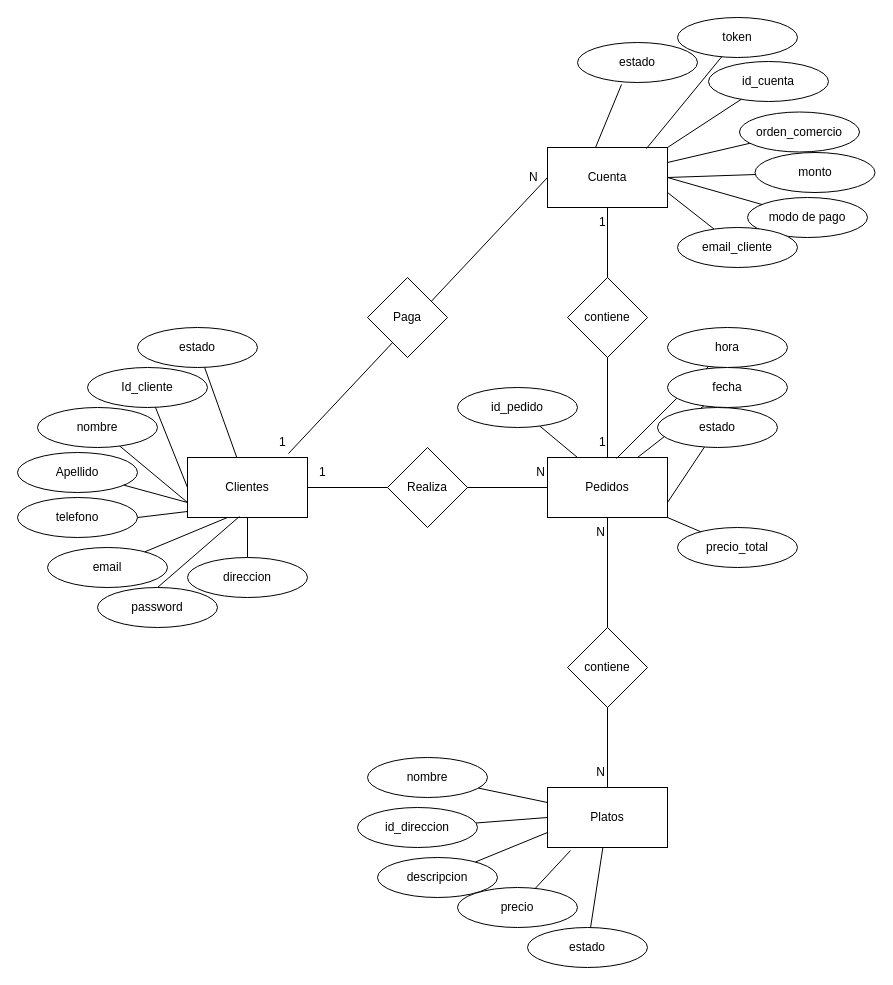
Above: MER-restaurante.drawio in nina011/bpmn_vi_semestre (draw.io), before the change. Source tidied: cells renumbered, new cells numbered last; positions are measured from the earlier drawing's top-left corner, leaving out a move shared by most shapes. Both pictures are drawn from the tidied source at 100%, with x=0, y=0 at pixel (17, 17).
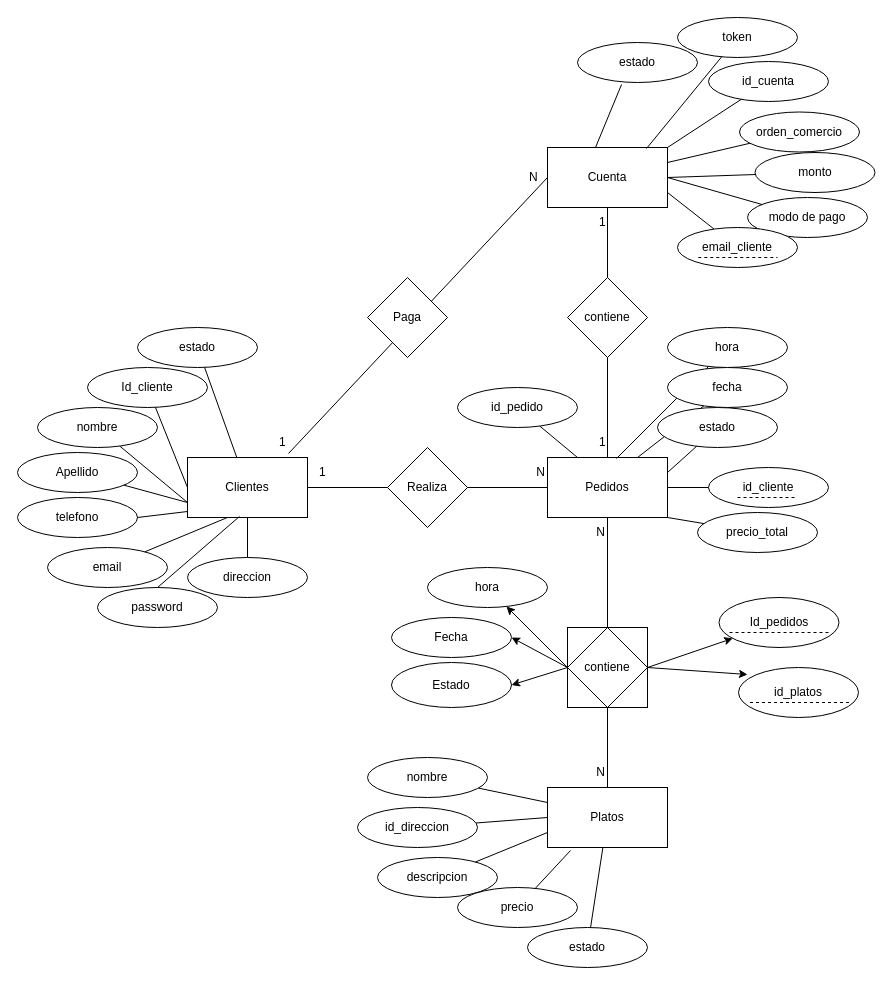
Above is the later version.

The change refers to these unchanged cells:
```xml
<mxCell id="5" value="Pedidos" style="rounded=0;whiteSpace=wrap;html=1;" parent="1" vertex="1">
  <mxGeometry x="530" y="440" width="120" height="60" as="geometry" />
</mxCell>
<mxCell id="31" value="&lt;div align=&quot;center&quot;&gt;estado&lt;/div&gt;" style="ellipse;whiteSpace=wrap;html=1;strokeWidth=1;align=center;" parent="1" vertex="1">
  <mxGeometry x="640" y="390" width="120" height="40" as="geometry" />
</mxCell>
<mxCell id="37" value="contiene" style="rhombus;whiteSpace=wrap;html=1;strokeWidth=1;align=center;" parent="1" vertex="1">
  <mxGeometry x="550" y="610" width="80" height="80" as="geometry" />
</mxCell>
```

Diff of the diagram source:
```diff
@@
+    <mxCell id="75" style="whiteSpace=wrap;html=1;" parent="1" vertex="1">
+      <mxGeometry x="550" y="610" width="80" height="80" as="geometry" />
+    </mxCell>
@@
-    <mxCell id="32" style="endArrow=none;html=1;rounded=0;strokeColor=default;exitX=1;exitY=0.75;exitDx=0;exitDy=0;" parent="1" edge="1" source="5" target="31">
+    <mxCell id="32" style="endArrow=none;html=1;rounded=0;strokeColor=default;exitX=1;exitY=0.25;exitDx=0;exitDy=0;" parent="1" edge="1" source="5" target="31">
       <mxGeometry relative="1" as="geometry" />
     </mxCell>
@@
     <mxCell id="35" value="&lt;div align=&quot;center&quot;&gt;precio_total&lt;br&gt;&lt;/div&gt;" style="ellipse;whiteSpace=wrap;html=1;strokeWidth=1;align=center;" parent="1" vertex="1">
-      <mxGeometry x="660" y="510" width="120" height="40" as="geometry" />
+      <mxGeometry x="680" y="495" width="120" height="40" as="geometry" />
     </mxCell>
@@
+    <mxCell id="76" value="Id_pedidos" style="ellipse;whiteSpace=wrap;html=1;" parent="1" vertex="1">
+      <mxGeometry x="701.5" y="580" width="120" height="50" as="geometry" />
+    </mxCell>
+    <mxCell id="77" value="id_platos" style="ellipse;whiteSpace=wrap;html=1;" parent="1" vertex="1">
+      <mxGeometry x="721" y="650" width="120" height="50" as="geometry" />
+    </mxCell>
+    <mxCell id="78" style="endArrow=classic;html=1;rounded=0;exitX=1;exitY=0.5;exitDx=0;exitDy=0;" parent="1" edge="1" source="37" target="76">
+      <mxGeometry relative="1" as="geometry" />
+    </mxCell>
+    <mxCell id="79" style="endArrow=classic;html=1;rounded=0;exitX=1;exitY=0.5;exitDx=0;exitDy=0;entryX=0.075;entryY=0.14;entryDx=0;entryDy=0;entryPerimeter=0;" parent="1" edge="1" source="37" target="77">
+      <mxGeometry relative="1" as="geometry" />
+    </mxCell>
+    <mxCell id="80" style="line;strokeWidth=1;html=1;dashed=1;" parent="1" vertex="1">
+      <mxGeometry x="732.5" y="680" width="99" height="10" as="geometry" />
+    </mxCell>
+    <mxCell id="81" style="line;strokeWidth=1;html=1;dashed=1;" parent="1" vertex="1">
+      <mxGeometry x="712" y="610" width="99" height="10" as="geometry" />
+    </mxCell>
+    <mxCell id="82" value="hora" style="ellipse;whiteSpace=wrap;html=1;strokeWidth=1;" parent="1" vertex="1">
+      <mxGeometry x="410" y="550" width="120" height="40" as="geometry" />
+    </mxCell>
+    <mxCell id="83" value="Fecha" style="ellipse;whiteSpace=wrap;html=1;strokeWidth=1;" parent="1" vertex="1">
+      <mxGeometry x="374" y="600" width="120" height="40" as="geometry" />
+    </mxCell>
+    <mxCell id="84" value="Estado" style="ellipse;whiteSpace=wrap;html=1;strokeWidth=1;" parent="1" vertex="1">
+      <mxGeometry x="374" y="645" width="120" height="45" as="geometry" />
+    </mxCell>
+    <mxCell id="85" style="endArrow=classic;html=1;rounded=0;" parent="1" edge="1" target="82">
+      <mxGeometry relative="1" as="geometry">
+        <mxPoint x="550" y="650" as="sourcePoint" />
+      </mxGeometry>
+    </mxCell>
+    <mxCell id="86" style="endArrow=classic;html=1;rounded=0;exitX=0;exitY=0.5;exitDx=0;exitDy=0;entryX=1;entryY=0.5;entryDx=0;entryDy=0;" parent="1" edge="1" source="37" target="83">
+      <mxGeometry relative="1" as="geometry" />
+    </mxCell>
+    <mxCell id="87" style="endArrow=classic;html=1;rounded=0;exitX=0;exitY=0.5;exitDx=0;exitDy=0;entryX=1;entryY=0.5;entryDx=0;entryDy=0;" parent="1" edge="1" source="37" target="84">
+      <mxGeometry relative="1" as="geometry" />
+    </mxCell>
+    <mxCell id="88" value="id_cliente" style="ellipse;whiteSpace=wrap;html=1;strokeWidth=1;align=center;" parent="1" vertex="1">
+      <mxGeometry x="691" y="450" width="120" height="40" as="geometry" />
+    </mxCell>
+    <mxCell id="89" style="endArrow=none;html=1;rounded=0;exitX=1;exitY=0.5;exitDx=0;exitDy=0;" parent="1" edge="1" source="5" target="88">
+      <mxGeometry relative="1" as="geometry" />
+    </mxCell>
+    <mxCell id="90" style="endArrow=none;html=1;rounded=0;dashed=1;" parent="1" edge="1">
+      <mxGeometry relative="1" as="geometry">
+        <mxPoint x="720" y="480" as="sourcePoint" />
+        <mxPoint x="778.5" y="480" as="targetPoint" />
+      </mxGeometry>
+    </mxCell>
+    <mxCell id="91" style="endArrow=none;html=1;rounded=0;dashed=1;" parent="1" edge="1">
+      <mxGeometry relative="1" as="geometry">
+        <mxPoint x="680.8" y="240" as="sourcePoint" />
+        <mxPoint x="760" y="240" as="targetPoint" />
+      </mxGeometry>
+    </mxCell>
```
